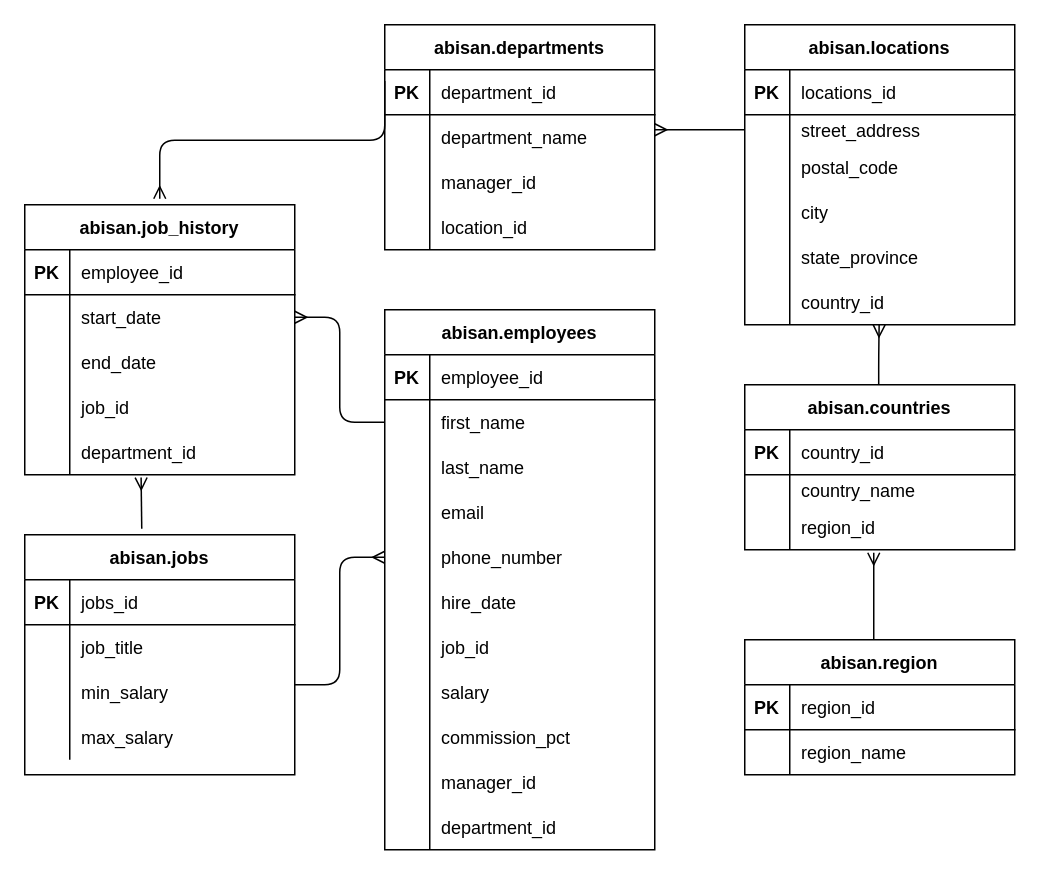
Abisan-AP/CreatingERDs keeps this draw.io diagram as Untitled Diagram.drawio. Above is the earlier version. Source tidied: cells renumbered, new cells numbered last; positions are measured from the earlier drawing's top-left corner, leaving out a move shared by most shapes. Both pictures are drawn from the tidied source at 150%, with x=0, y=0 at pixel (24, 24).
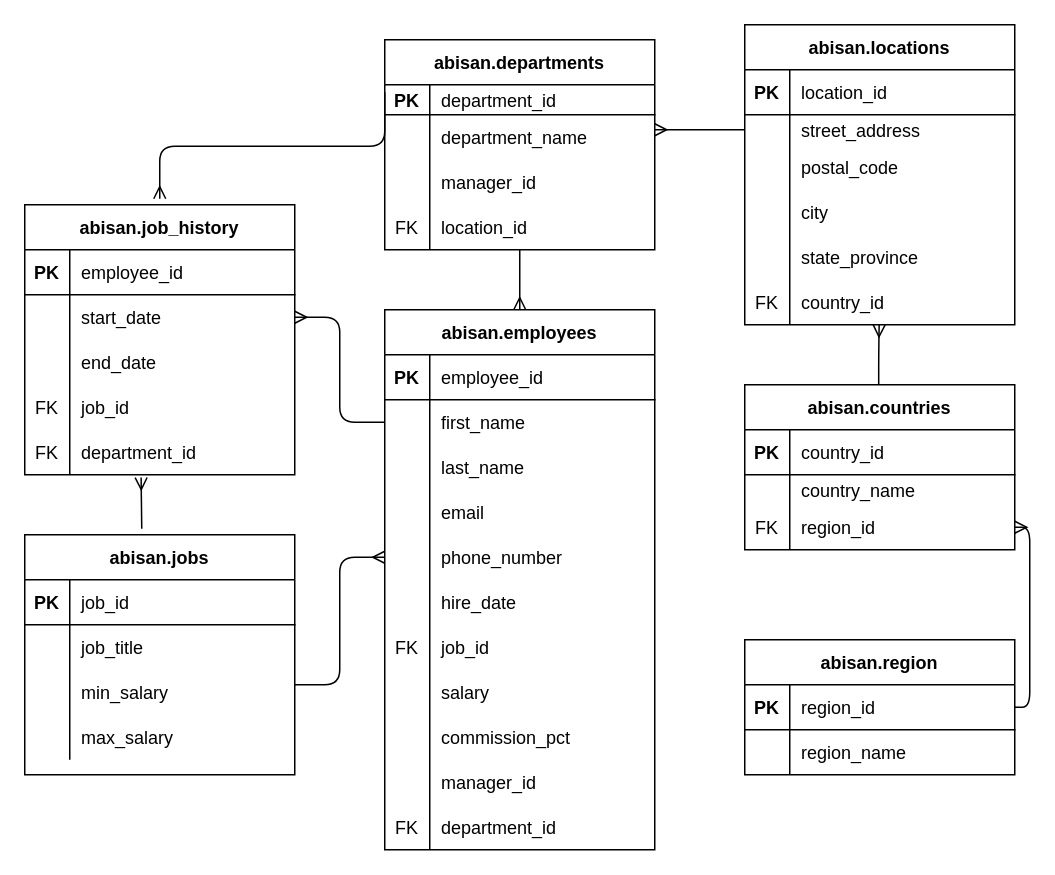
Above is the later version.

The change refers to these unchanged cells:
```xml
<mxCell id="2" value="abisan.region" style="shape=table;startSize=30;childLayout=tableLayout;rowLines=0;fontStyle=1;align=center;" parent="1" vertex="1">
  <mxGeometry x="480" y="410" width="180" height="90" as="geometry" />
</mxCell>
<mxCell id="23" style="shape=partialRectangle;fillColor=none;top=0;left=0;bottom=1;right=0;" parent="22" vertex="1">
  <mxGeometry y="30" width="180" height="30" as="geometry" />
</mxCell>
<mxCell id="38" style="shape=partialRectangle;fillColor=none;top=0;left=0;bottom=0;right=0;" parent="22" vertex="1">
  <mxGeometry y="170" width="180" height="30" as="geometry" />
</mxCell>
<mxCell id="48" style="shape=partialRectangle;fillColor=none;top=0;left=0;bottom=0;right=0;points=[[0,0.5],[1,0.5]];portConstraint=eastwest;" parent="41" vertex="1">
  <mxGeometry y="80" width="180" height="30" as="geometry" />
</mxCell>
<mxCell id="61" style="shape=partialRectangle;fillColor=none;top=0;left=0;bottom=0;right=0;" parent="51" vertex="1">
  <mxGeometry y="120" width="180" height="30" as="geometry" />
</mxCell>
<mxCell id="64" style="shape=partialRectangle;fillColor=none;top=0;left=0;bottom=0;right=0;points=[[0,0.5],[1,0.5]];portConstraint=eastwest;" parent="51" vertex="1">
  <mxGeometry y="150" width="180" height="30" as="geometry" />
</mxCell>
<mxCell id="68" style="shape=partialRectangle;fillColor=none;top=0;left=0;bottom=1;right=0;" parent="67" vertex="1">
  <mxGeometry y="30" width="180" height="30" as="geometry" />
</mxCell>
<mxCell id="80" value="abisan.employees" style="shape=table;startSize=30;childLayout=tableLayout;rowLines=0;fontStyle=1;align=center;" parent="1" vertex="1">
  <mxGeometry x="240" y="190" width="180" height="360" as="geometry" />
</mxCell>
<mxCell id="99" style="shape=partialRectangle;fillColor=none;top=0;left=0;bottom=0;right=0;" parent="80" vertex="1">
  <mxGeometry y="210" width="180" height="30" as="geometry" />
</mxCell>
<mxCell id="111" style="shape=partialRectangle;fillColor=none;top=0;left=0;bottom=0;right=0;" parent="80" vertex="1">
  <mxGeometry y="330" width="180" height="30" as="geometry" />
</mxCell>
```

The edit, as a diff of the source:
```diff
@@
     <mxCell id="9" value="abisan.departments" style="shape=table;startSize=30;childLayout=tableLayout;rowLines=0;fontStyle=1;align=center;" parent="1" vertex="1">
-      <mxGeometry x="240" width="180" height="150" as="geometry" />
+      <mxGeometry x="240" y="10" width="180" height="140" as="geometry" />
     </mxCell>
     <mxCell id="10" style="shape=partialRectangle;fillColor=none;top=0;left=0;bottom=1;right=0;" parent="9" vertex="1">
-      <mxGeometry y="30" width="180" height="30" as="geometry" />
+      <mxGeometry y="30" width="180" height="20" as="geometry" />
     </mxCell>
     <mxCell id="11" value="PK" style="shape=partialRectangle;fillColor=none;top=0;left=0;bottom=0;right=0;fontStyle=1;overflow=hidden;" parent="10" vertex="1">
-      <mxGeometry width="30" height="30" as="geometry" />
+      <mxGeometry width="30" height="20" as="geometry" />
     </mxCell>
     <mxCell id="12" value="department_id" style="shape=partialRectangle;fillColor=none;top=0;left=0;bottom=0;right=0;align=left;spacingLeft=6;fontStyle=0;overflow=hidden;" parent="10" vertex="1">
-      <mxGeometry x="30" width="150" height="30" as="geometry" />
+      <mxGeometry x="30" width="150" height="20" as="geometry" />
     </mxCell>
     <mxCell id="13" style="shape=partialRectangle;fillColor=none;top=0;left=0;bottom=0;right=0;" parent="9" vertex="1">
-      <mxGeometry y="60" width="180" height="30" as="geometry" />
+      <mxGeometry y="50" width="180" height="30" as="geometry" />
     </mxCell>
@@
     <mxCell id="16" style="shape=partialRectangle;fillColor=none;top=0;left=0;bottom=0;right=0;" parent="9" vertex="1">
-      <mxGeometry y="90" width="180" height="30" as="geometry" />
+      <mxGeometry y="80" width="180" height="30" as="geometry" />
     </mxCell>
@@
     <mxCell id="19" style="shape=partialRectangle;fillColor=none;top=0;left=0;bottom=0;right=0;" parent="9" vertex="1">
-      <mxGeometry y="120" width="180" height="30" as="geometry" />
+      <mxGeometry y="110" width="180" height="30" as="geometry" />
     </mxCell>
-    <mxCell id="20" style="shape=partialRectangle;fillColor=none;top=0;left=0;bottom=0;right=0;overflow=hidden;" parent="19" vertex="1">
+    <mxCell id="20" value="FK" style="shape=partialRectangle;fillColor=none;top=0;left=0;bottom=0;right=0;overflow=hidden;" parent="19" vertex="1">
       <mxGeometry width="30" height="30" as="geometry" />
     </mxCell>
@@
-    <mxCell id="25" value="locations_id" style="shape=partialRectangle;fillColor=none;top=0;left=0;bottom=0;right=0;align=left;spacingLeft=6;fontStyle=0;overflow=hidden;" parent="23" vertex="1">
+    <mxCell id="25" value="location_id" style="shape=partialRectangle;fillColor=none;top=0;left=0;bottom=0;right=0;align=left;spacingLeft=6;fontStyle=0;overflow=hidden;" parent="23" vertex="1">
       <mxGeometry x="30" width="150" height="30" as="geometry" />
     </mxCell>
@@
-    <mxCell id="39" style="shape=partialRectangle;fillColor=none;top=0;left=0;bottom=0;right=0;overflow=hidden;" parent="38" vertex="1">
+    <mxCell id="39" value="FK" style="shape=partialRectangle;fillColor=none;top=0;left=0;bottom=0;right=0;overflow=hidden;" parent="38" vertex="1">
       <mxGeometry width="30" height="30" as="geometry" />
     </mxCell>
@@
-    <mxCell id="49" style="shape=partialRectangle;fillColor=none;top=0;left=0;bottom=0;right=0;overflow=hidden;" parent="48" vertex="1">
+    <mxCell id="49" value="FK" style="shape=partialRectangle;fillColor=none;top=0;left=0;bottom=0;right=0;overflow=hidden;" parent="48" vertex="1">
       <mxGeometry width="30" height="30" as="geometry" />
     </mxCell>
@@
-    <mxCell id="62" style="shape=partialRectangle;fillColor=none;top=0;left=0;bottom=0;right=0;overflow=hidden;" parent="61" vertex="1">
+    <mxCell id="62" value="FK" style="shape=partialRectangle;fillColor=none;top=0;left=0;bottom=0;right=0;overflow=hidden;" parent="61" vertex="1">
       <mxGeometry width="30" height="30" as="geometry" />
     </mxCell>
@@
-    <mxCell id="65" style="shape=partialRectangle;fillColor=none;top=0;left=0;bottom=0;right=0;overflow=hidden;" parent="64" vertex="1">
+    <mxCell id="65" value="FK" style="shape=partialRectangle;fillColor=none;top=0;left=0;bottom=0;right=0;overflow=hidden;" parent="64" vertex="1">
       <mxGeometry width="30" height="30" as="geometry" />
     </mxCell>
@@
-    <mxCell id="70" value="jobs_id" style="shape=partialRectangle;fillColor=none;top=0;left=0;bottom=0;right=0;align=left;spacingLeft=6;fontStyle=0;overflow=hidden;" parent="68" vertex="1">
+    <mxCell id="70" value="job_id" style="shape=partialRectangle;fillColor=none;top=0;left=0;bottom=0;right=0;align=left;spacingLeft=6;fontStyle=0;overflow=hidden;" parent="68" vertex="1">
       <mxGeometry x="30" width="150" height="30" as="geometry" />
     </mxCell>
@@
-    <mxCell id="100" style="shape=partialRectangle;fillColor=none;top=0;left=0;bottom=0;right=0;overflow=hidden;" parent="99" vertex="1">
+    <mxCell id="100" value="FK" style="shape=partialRectangle;fillColor=none;top=0;left=0;bottom=0;right=0;overflow=hidden;" parent="99" vertex="1">
       <mxGeometry width="30" height="30" as="geometry" />
     </mxCell>
@@
-    <mxCell id="112" style="shape=partialRectangle;fillColor=none;top=0;left=0;bottom=0;right=0;overflow=hidden;" parent="111" vertex="1">
+    <mxCell id="112" value="FK" style="shape=partialRectangle;fillColor=none;top=0;left=0;bottom=0;right=0;overflow=hidden;" parent="111" vertex="1">
       <mxGeometry width="30" height="30" as="geometry" />
     </mxCell>
@@
-    <mxCell id="115" style="fontSize=12;html=1;endArrow=ERmany;" parent="1" edge="1">
-      <mxGeometry relative="1" as="geometry">
-        <mxPoint x="566" y="410" as="sourcePoint" />
-        <mxPoint x="566" y="352" as="targetPoint" />
-      </mxGeometry>
+    <mxCell id="115" style="fontSize=12;html=1;endArrow=ERmany;entryX=1;entryY=0.5;entryDx=0;entryDy=0;exitX=1;exitY=0.5;exitDx=0;exitDy=0;edgeStyle=orthogonalEdgeStyle;" parent="1" edge="1" source="2" target="48">
+      <mxGeometry relative="1" as="geometry" />
     </mxCell>
@@
+    <mxCell id="121" style="fontSize=12;html=1;endArrow=ERmany;entryX=0.5;entryY=0;entryDx=0;entryDy=0;" parent="1" edge="1" target="80">
+      <mxGeometry relative="1" as="geometry">
+        <mxPoint x="330" y="150" as="sourcePoint" />
+      </mxGeometry>
+    </mxCell>
```
